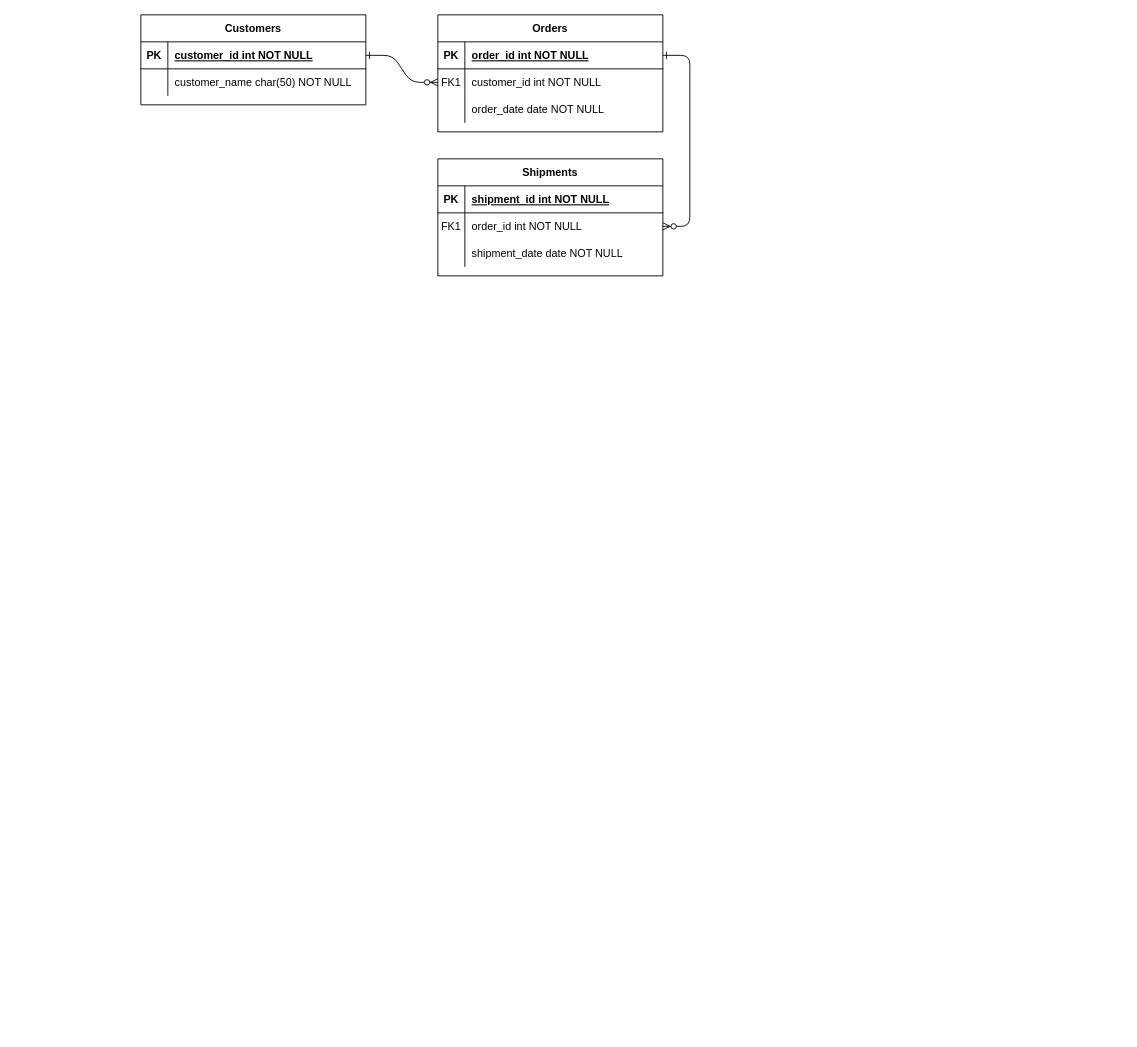
yalichen19/note-book keeps this draw.io diagram as 未命名绘图.drawio. Above is the earlier version. Source tidied: cells renumbered, new cells numbered last; positions are measured from the earlier drawing's top-left corner, leaving out a move shared by most shapes. Both pictures are drawn from the tidied source at 90%, with x=0, y=0 at pixel (140, 14).
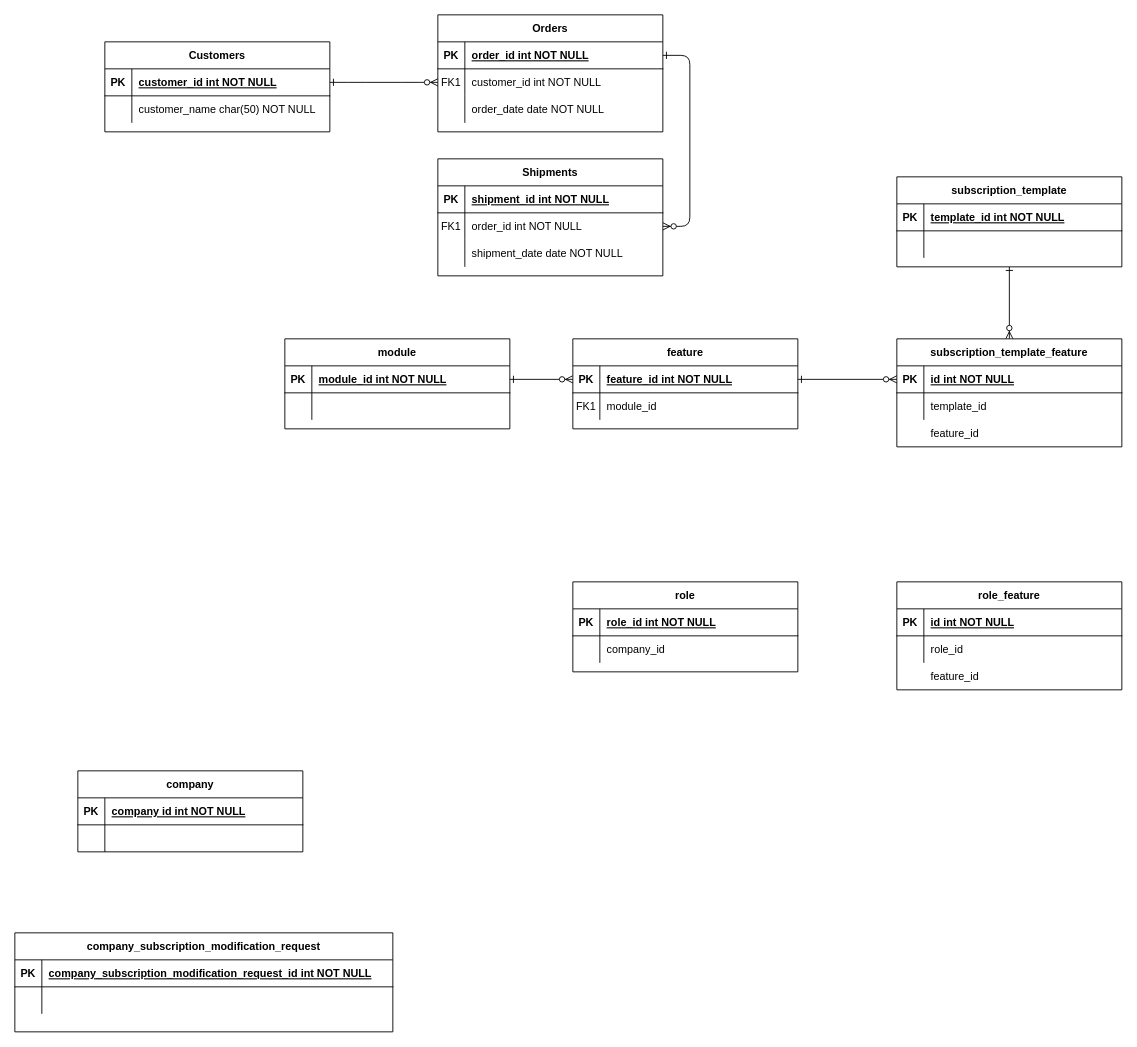
After the change.

Commit message (it also covers changes not shown here):
菜单和权限.drawio

What changed in the source:
```diff
@@
     <mxCell id="24" value="Customers" style="shape=table;startSize=30;childLayout=tableLayout;rowLines=0;fontStyle=1;align=center;" parent="1" vertex="1">
-      <mxGeometry width="250" height="100" as="geometry" />
+      <mxGeometry x="-40" y="30" width="250" height="100" as="geometry" />
     </mxCell>
@@
+    <mxCell id="31" value="company" style="shape=table;startSize=30;childLayout=tableLayout;rowLines=0;fontStyle=1;align=center;" parent="1" vertex="1">
+      <mxGeometry x="-70" y="840" width="250" height="90" as="geometry" />
+    </mxCell>
+    <mxCell id="32" style="shape=partialRectangle;fillColor=none;top=0;left=0;right=0;bottom=1;" parent="31" vertex="1">
+      <mxGeometry y="30" width="250" height="30" as="geometry" />
+    </mxCell>
+    <mxCell id="33" value="PK" style="shape=partialRectangle;overflow=hidden;fillColor=none;top=0;left=0;bottom=0;right=0;fontStyle=1;" parent="32" vertex="1">
+      <mxGeometry width="30" height="30" as="geometry" />
+    </mxCell>
+    <mxCell id="34" value="company id int NOT NULL " style="shape=partialRectangle;overflow=hidden;fillColor=none;top=0;left=0;bottom=0;right=0;align=left;spacingLeft=6;fontStyle=5;" parent="32" vertex="1">
+      <mxGeometry x="30" width="220" height="30" as="geometry" />
+    </mxCell>
+    <mxCell id="35" style="shape=partialRectangle;fillColor=none;top=0;left=0;right=0;bottom=0;" parent="31" vertex="1">
+      <mxGeometry y="60" width="250" height="30" as="geometry" />
+    </mxCell>
+    <mxCell id="36" style="shape=partialRectangle;overflow=hidden;fillColor=none;top=0;left=0;bottom=0;right=0;" parent="35" vertex="1">
+      <mxGeometry width="30" height="30" as="geometry" />
+    </mxCell>
+    <mxCell id="37" style="shape=partialRectangle;overflow=hidden;fillColor=none;top=0;left=0;bottom=0;right=0;align=left;spacingLeft=6;" parent="35" vertex="1">
+      <mxGeometry x="30" width="220" height="30" as="geometry" />
+    </mxCell>
+    <mxCell id="38" value="company_subscription_modification_request" style="shape=table;startSize=30;childLayout=tableLayout;rowLines=0;fontStyle=1;align=center;" parent="1" vertex="1">
+      <mxGeometry x="-140" y="1020" width="420" height="110" as="geometry" />
+    </mxCell>
+    <mxCell id="39" style="shape=partialRectangle;fillColor=none;top=0;left=0;right=0;bottom=1;" parent="38" vertex="1">
+      <mxGeometry y="30" width="420" height="30" as="geometry" />
+    </mxCell>
+    <mxCell id="40" value="PK" style="shape=partialRectangle;overflow=hidden;fillColor=none;top=0;left=0;bottom=0;right=0;fontStyle=1;" parent="39" vertex="1">
+      <mxGeometry width="30" height="30" as="geometry" />
+    </mxCell>
+    <mxCell id="41" value="company_subscription_modification_request_id int NOT NULL " style="shape=partialRectangle;overflow=hidden;fillColor=none;top=0;left=0;bottom=0;right=0;align=left;spacingLeft=6;fontStyle=5;" parent="39" vertex="1">
+      <mxGeometry x="30" width="390" height="30" as="geometry" />
+    </mxCell>
+    <mxCell id="42" style="shape=partialRectangle;fillColor=none;top=0;left=0;right=0;bottom=0;" parent="38" vertex="1">
+      <mxGeometry y="60" width="420" height="30" as="geometry" />
+    </mxCell>
+    <mxCell id="43" style="shape=partialRectangle;overflow=hidden;fillColor=none;top=0;left=0;bottom=0;right=0;" parent="42" vertex="1">
+      <mxGeometry width="30" height="30" as="geometry" />
+    </mxCell>
+    <mxCell id="44" style="shape=partialRectangle;overflow=hidden;fillColor=none;top=0;left=0;bottom=0;right=0;align=left;spacingLeft=6;" parent="42" vertex="1">
+      <mxGeometry x="30" width="390" height="30" as="geometry" />
+    </mxCell>
+    <mxCell id="45" value="module" style="shape=table;startSize=30;childLayout=tableLayout;rowLines=0;fontStyle=1;align=center;" parent="1" vertex="1">
+      <mxGeometry x="160" y="360" width="250" height="100" as="geometry" />
+    </mxCell>
+    <mxCell id="46" style="shape=partialRectangle;fillColor=none;points=[[0,0.5],[1,0.5]];portConstraint=eastwest;top=0;left=0;right=0;bottom=1;" parent="45" vertex="1">
+      <mxGeometry y="30" width="250" height="30" as="geometry" />
+    </mxCell>
+    <mxCell id="47" value="PK" style="shape=partialRectangle;overflow=hidden;fillColor=none;top=0;left=0;bottom=0;right=0;fontStyle=1;" parent="46" vertex="1">
+      <mxGeometry width="30" height="30" as="geometry" />
+    </mxCell>
+    <mxCell id="48" value="module_id int NOT NULL " style="shape=partialRectangle;overflow=hidden;fillColor=none;top=0;left=0;bottom=0;right=0;align=left;spacingLeft=6;fontStyle=5;" parent="46" vertex="1">
+      <mxGeometry x="30" width="220" height="30" as="geometry" />
+    </mxCell>
+    <mxCell id="49" style="shape=partialRectangle;fillColor=none;top=0;left=0;right=0;bottom=0;" parent="45" vertex="1">
+      <mxGeometry y="60" width="250" height="30" as="geometry" />
+    </mxCell>
+    <mxCell id="50" style="shape=partialRectangle;overflow=hidden;fillColor=none;top=0;left=0;bottom=0;right=0;" parent="49" vertex="1">
+      <mxGeometry width="30" height="30" as="geometry" />
+    </mxCell>
+    <mxCell id="51" style="shape=partialRectangle;overflow=hidden;fillColor=none;top=0;left=0;bottom=0;right=0;align=left;spacingLeft=6;" parent="49" vertex="1">
+      <mxGeometry x="30" width="220" height="30" as="geometry" />
+    </mxCell>
+    <mxCell id="52" value="feature" style="shape=table;startSize=30;childLayout=tableLayout;rowLines=0;fontStyle=1;align=center;" parent="1" vertex="1">
+      <mxGeometry x="480" y="360" width="250" height="100" as="geometry" />
+    </mxCell>
+    <mxCell id="53" style="shape=partialRectangle;fillColor=none;points=[[0,0.5],[1,0.5]];portConstraint=eastwest;top=0;left=0;right=0;bottom=1;" parent="52" vertex="1">
+      <mxGeometry y="30" width="250" height="30" as="geometry" />
+    </mxCell>
+    <mxCell id="54" value="PK" style="shape=partialRectangle;overflow=hidden;fillColor=none;top=0;left=0;bottom=0;right=0;fontStyle=1;" parent="53" vertex="1">
+      <mxGeometry width="30" height="30" as="geometry" />
+    </mxCell>
+    <mxCell id="55" value="feature_id int NOT NULL " style="shape=partialRectangle;overflow=hidden;fillColor=none;top=0;left=0;bottom=0;right=0;align=left;spacingLeft=6;fontStyle=5;" parent="53" vertex="1">
+      <mxGeometry x="30" width="220" height="30" as="geometry" />
+    </mxCell>
+    <mxCell id="56" style="shape=partialRectangle;fillColor=none;top=0;left=0;right=0;bottom=0;" parent="52" vertex="1">
+      <mxGeometry y="60" width="250" height="30" as="geometry" />
+    </mxCell>
+    <mxCell id="57" value="FK1" style="shape=partialRectangle;overflow=hidden;fillColor=none;top=0;left=0;bottom=0;right=0;" parent="56" vertex="1">
+      <mxGeometry width="30" height="30" as="geometry" />
+    </mxCell>
+    <mxCell id="58" value="module_id " style="shape=partialRectangle;overflow=hidden;fillColor=none;top=0;left=0;bottom=0;right=0;align=left;spacingLeft=6;" parent="56" vertex="1">
+      <mxGeometry x="30" width="220" height="30" as="geometry" />
+    </mxCell>
+    <mxCell id="59" style="edgeStyle=orthogonalEdgeStyle;rounded=1;jettySize=auto;html=1;exitX=1;exitY=0.5;exitDx=0;exitDy=0;entryX=0;entryY=0.5;entryDx=0;entryDy=0;endArrow=ERzeroToMany;startArrow=ERone;endFill=1;startFill=0;" parent="1" edge="1" source="46" target="53">
+      <mxGeometry relative="1" as="geometry" />
+    </mxCell>
+    <mxCell id="60" value="role" style="shape=table;startSize=30;childLayout=tableLayout;rowLines=0;fontStyle=1;align=center;" parent="1" vertex="1">
+      <mxGeometry x="480" y="630" width="250" height="100" as="geometry" />
+    </mxCell>
+    <mxCell id="61" style="shape=partialRectangle;fillColor=none;top=0;left=0;right=0;bottom=1;" parent="60" vertex="1">
+      <mxGeometry y="30" width="250" height="30" as="geometry" />
+    </mxCell>
+    <mxCell id="62" value="PK" style="shape=partialRectangle;overflow=hidden;fillColor=none;top=0;left=0;bottom=0;right=0;fontStyle=1;" parent="61" vertex="1">
+      <mxGeometry width="30" height="30" as="geometry" />
+    </mxCell>
+    <mxCell id="63" value="role_id int NOT NULL " style="shape=partialRectangle;overflow=hidden;fillColor=none;top=0;left=0;bottom=0;right=0;align=left;spacingLeft=6;fontStyle=5;" parent="61" vertex="1">
+      <mxGeometry x="30" width="220" height="30" as="geometry" />
+    </mxCell>
+    <mxCell id="64" style="shape=partialRectangle;fillColor=none;top=0;left=0;right=0;bottom=0;" parent="60" vertex="1">
+      <mxGeometry y="60" width="250" height="30" as="geometry" />
+    </mxCell>
+    <mxCell id="65" style="shape=partialRectangle;overflow=hidden;fillColor=none;top=0;left=0;bottom=0;right=0;" parent="64" vertex="1">
+      <mxGeometry width="30" height="30" as="geometry" />
+    </mxCell>
+    <mxCell id="66" value="company_id" style="shape=partialRectangle;overflow=hidden;fillColor=none;top=0;left=0;bottom=0;right=0;align=left;spacingLeft=6;" parent="64" vertex="1">
+      <mxGeometry x="30" width="220" height="30" as="geometry" />
+    </mxCell>
+    <mxCell id="67" style="shape=partialRectangle;overflow=hidden;fillColor=none;top=0;left=0;bottom=0;right=0;align=left;spacingLeft=6;" parent="1" vertex="1">
+      <mxGeometry x="510" y="630" width="220" height="30" as="geometry" />
+    </mxCell>
+    <mxCell id="68" style="edgeStyle=orthogonalEdgeStyle;rounded=1;jettySize=auto;html=1;exitX=0.5;exitY=1;exitDx=0;exitDy=0;entryX=0.5;entryY=0;entryDx=0;entryDy=0;endArrow=ERzeroToMany;startArrow=ERone;endFill=1;startFill=0;" parent="1" edge="1" source="69" target="76">
+      <mxGeometry relative="1" as="geometry" />
+    </mxCell>
+    <mxCell id="69" value="subscription_template" style="shape=table;startSize=30;childLayout=tableLayout;rowLines=0;fontStyle=1;align=center;" parent="1" vertex="1">
+      <mxGeometry x="840" y="180" width="250" height="100" as="geometry" />
+    </mxCell>
+    <mxCell id="70" style="shape=partialRectangle;fillColor=none;top=0;left=0;right=0;bottom=1;" parent="69" vertex="1">
+      <mxGeometry y="30" width="250" height="30" as="geometry" />
+    </mxCell>
+    <mxCell id="71" value="PK" style="shape=partialRectangle;overflow=hidden;fillColor=none;top=0;left=0;bottom=0;right=0;fontStyle=1;" parent="70" vertex="1">
+      <mxGeometry width="30" height="30" as="geometry" />
+    </mxCell>
+    <mxCell id="72" value="template_id int NOT NULL " style="shape=partialRectangle;overflow=hidden;fillColor=none;top=0;left=0;bottom=0;right=0;align=left;spacingLeft=6;fontStyle=5;" parent="70" vertex="1">
+      <mxGeometry x="30" width="220" height="30" as="geometry" />
+    </mxCell>
+    <mxCell id="73" style="shape=partialRectangle;fillColor=none;top=0;left=0;right=0;bottom=0;" parent="69" vertex="1">
+      <mxGeometry y="60" width="250" height="30" as="geometry" />
+    </mxCell>
+    <mxCell id="74" style="shape=partialRectangle;overflow=hidden;fillColor=none;top=0;left=0;bottom=0;right=0;" parent="73" vertex="1">
+      <mxGeometry width="30" height="30" as="geometry" />
+    </mxCell>
+    <mxCell id="75" style="shape=partialRectangle;overflow=hidden;fillColor=none;top=0;left=0;bottom=0;right=0;align=left;spacingLeft=6;" parent="73" vertex="1">
+      <mxGeometry x="30" width="220" height="30" as="geometry" />
+    </mxCell>
+    <mxCell id="76" value="subscription_template_feature" style="shape=table;startSize=30;childLayout=tableLayout;rowLines=0;fontStyle=1;align=center;" parent="1" vertex="1">
+      <mxGeometry x="840" y="360" width="250" height="120" as="geometry" />
+    </mxCell>
+    <mxCell id="77" style="shape=partialRectangle;fillColor=none;points=[[0,0.5],[1,0.5]];portConstraint=eastwest;top=0;left=0;right=0;bottom=1;" parent="76" vertex="1">
+      <mxGeometry y="30" width="250" height="30" as="geometry" />
+    </mxCell>
+    <mxCell id="78" value="PK" style="shape=partialRectangle;overflow=hidden;fillColor=none;top=0;left=0;bottom=0;right=0;fontStyle=1;" parent="77" vertex="1">
+      <mxGeometry width="30" height="30" as="geometry" />
+    </mxCell>
+    <mxCell id="79" value="id int NOT NULL " style="shape=partialRectangle;overflow=hidden;fillColor=none;top=0;left=0;bottom=0;right=0;align=left;spacingLeft=6;fontStyle=5;" parent="77" vertex="1">
+      <mxGeometry x="30" width="220" height="30" as="geometry" />
+    </mxCell>
+    <mxCell id="80" style="shape=partialRectangle;fillColor=none;top=0;left=0;right=0;bottom=0;" parent="76" vertex="1">
+      <mxGeometry y="60" width="250" height="30" as="geometry" />
+    </mxCell>
+    <mxCell id="81" style="shape=partialRectangle;overflow=hidden;fillColor=none;top=0;left=0;bottom=0;right=0;" parent="80" vertex="1">
+      <mxGeometry width="30" height="30" as="geometry" />
+    </mxCell>
+    <mxCell id="82" value="template_id" style="shape=partialRectangle;overflow=hidden;fillColor=none;top=0;left=0;bottom=0;right=0;align=left;spacingLeft=6;" parent="80" vertex="1">
+      <mxGeometry x="30" width="220" height="30" as="geometry" />
+    </mxCell>
+    <mxCell id="83" value="feature_id" style="shape=partialRectangle;overflow=hidden;fillColor=none;top=0;left=0;bottom=0;right=0;align=left;spacingLeft=6;" parent="1" vertex="1">
+      <mxGeometry x="870" y="450" width="220" height="30" as="geometry" />
+    </mxCell>
+    <mxCell id="84" style="edgeStyle=orthogonalEdgeStyle;rounded=1;jettySize=auto;html=1;exitX=1;exitY=0.5;exitDx=0;exitDy=0;entryX=0;entryY=0.5;entryDx=0;entryDy=0;endArrow=ERzeroToMany;startArrow=ERone;endFill=1;startFill=0;" parent="1" edge="1" source="53" target="77">
+      <mxGeometry relative="1" as="geometry" />
+    </mxCell>
+    <mxCell id="85" value="role_feature" style="shape=table;startSize=30;childLayout=tableLayout;rowLines=0;fontStyle=1;align=center;" parent="1" vertex="1">
+      <mxGeometry x="840" y="630" width="250" height="120" as="geometry" />
+    </mxCell>
+    <mxCell id="86" style="shape=partialRectangle;fillColor=none;top=0;left=0;right=0;bottom=1;" parent="85" vertex="1">
+      <mxGeometry y="30" width="250" height="30" as="geometry" />
+    </mxCell>
+    <mxCell id="87" value="PK" style="shape=partialRectangle;overflow=hidden;fillColor=none;top=0;left=0;bottom=0;right=0;fontStyle=1;" parent="86" vertex="1">
+      <mxGeometry width="30" height="30" as="geometry" />
+    </mxCell>
+    <mxCell id="88" value="id int NOT NULL " style="shape=partialRectangle;overflow=hidden;fillColor=none;top=0;left=0;bottom=0;right=0;align=left;spacingLeft=6;fontStyle=5;" parent="86" vertex="1">
+      <mxGeometry x="30" width="220" height="30" as="geometry" />
+    </mxCell>
+    <mxCell id="89" style="shape=partialRectangle;fillColor=none;top=0;left=0;right=0;bottom=0;" parent="85" vertex="1">
+      <mxGeometry y="60" width="250" height="30" as="geometry" />
+    </mxCell>
+    <mxCell id="90" style="shape=partialRectangle;overflow=hidden;fillColor=none;top=0;left=0;bottom=0;right=0;" parent="89" vertex="1">
+      <mxGeometry width="30" height="30" as="geometry" />
+    </mxCell>
+    <mxCell id="91" value="role_id" style="shape=partialRectangle;overflow=hidden;fillColor=none;top=0;left=0;bottom=0;right=0;align=left;spacingLeft=6;" parent="89" vertex="1">
+      <mxGeometry x="30" width="220" height="30" as="geometry" />
+    </mxCell>
+    <mxCell id="92" value="feature_id" style="shape=partialRectangle;overflow=hidden;fillColor=none;top=0;left=0;bottom=0;right=0;align=left;spacingLeft=6;" parent="1" vertex="1">
+      <mxGeometry x="870" y="720" width="220" height="30" as="geometry" />
+    </mxCell>
```
